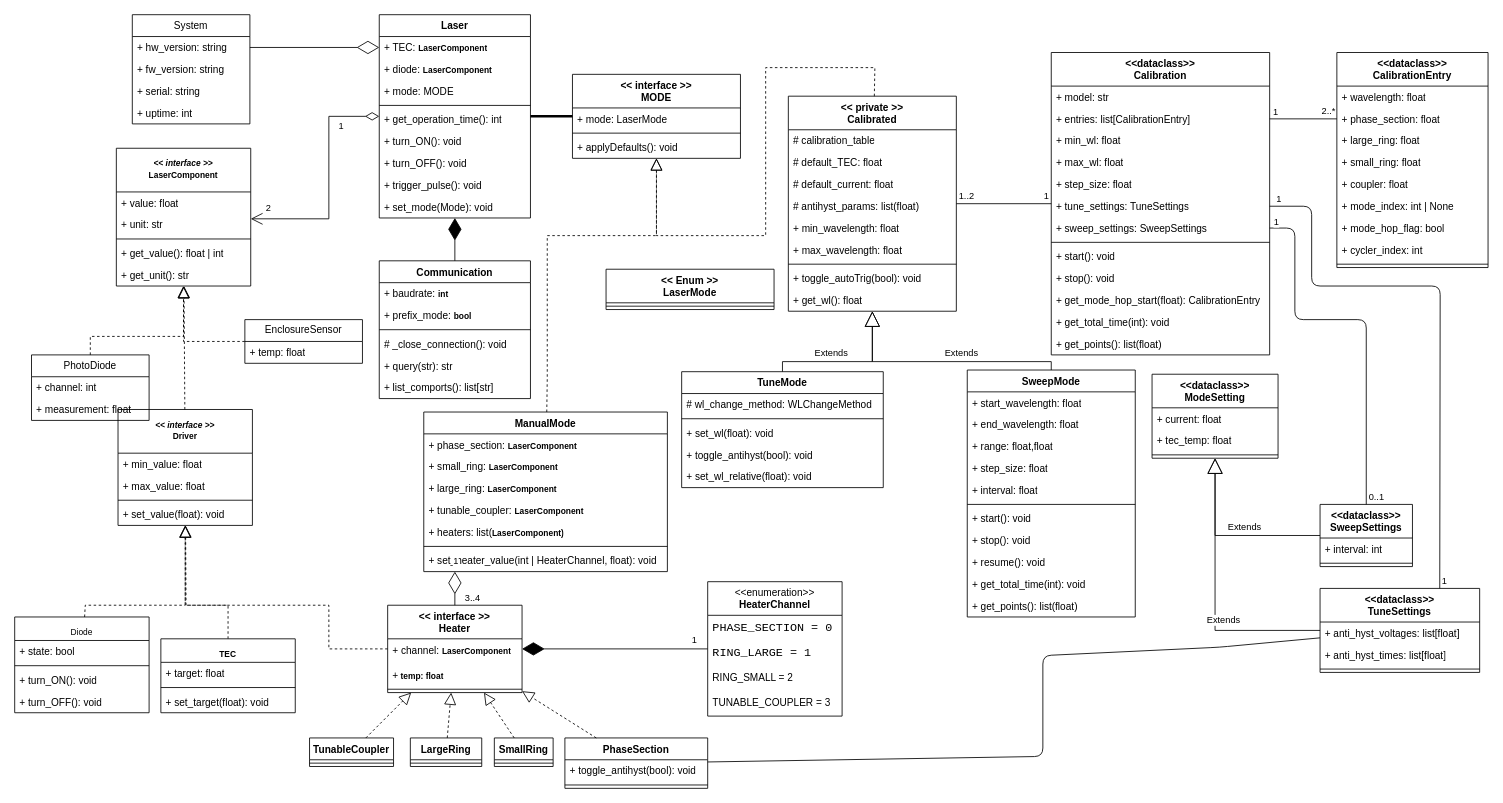
Above: docs/assets/diagrams/Class_diagram.drawio in ChilasLasers/PyChilasLasers (draw.io), before the change. Source tidied: cells renumbered, new cells numbered last; positions are measured from the earlier drawing's top-left corner, leaving out a move shared by most shapes. Both pictures are drawn from the tidied source at 84%, with x=0, y=0 at pixel (14, 14).
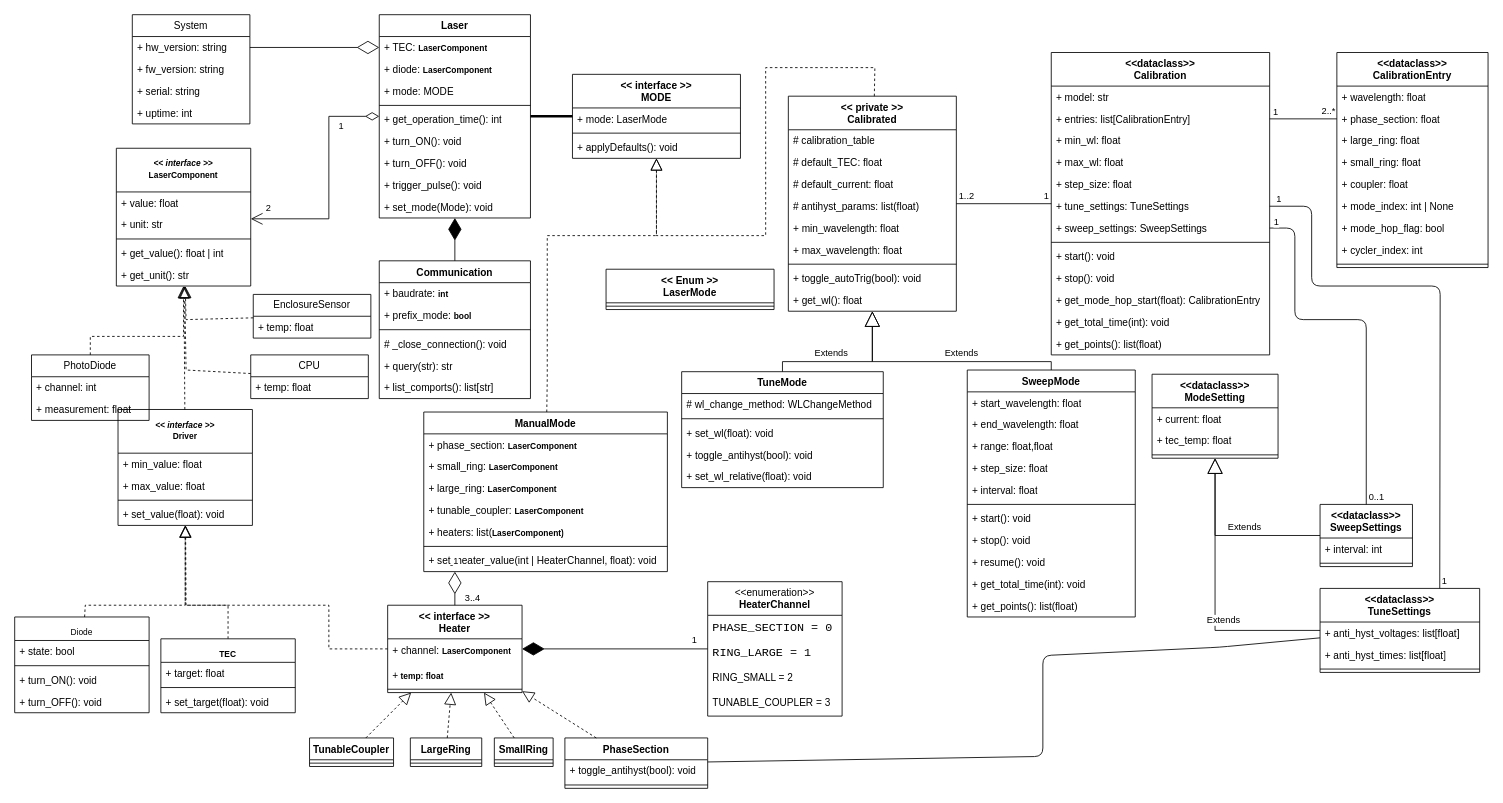
After the change.

The change refers to these unchanged cells:
```xml
<mxCell id="54" value="&lt;p style=&quot;margin:0px;margin-top:4px;text-align:center;&quot;&gt;&lt;font style=&quot;font-size: 10px;&quot;&gt;&lt;i&gt;&amp;lt;&amp;lt; interface &amp;gt;&amp;gt;&lt;/i&gt;&lt;br&gt;LaserComponent&lt;/font&gt;&lt;/p&gt;" style="swimlane;fontStyle=1;align=center;verticalAlign=top;horizontal=1;startSize=52;whiteSpace=wrap;html=1;" parent="1" vertex="1">
  <mxGeometry x="121" y="159" width="160" height="164" as="geometry" />
</mxCell>
```

Change to the diagram source:
```diff
@@
     <mxCell id="175" value="EnclosureSensor" style="swimlane;fontStyle=0;horizontal=1;startSize=26;fillColor=none;whiteSpace=wrap;html=1;" parent="1" vertex="1">
-      <mxGeometry x="274" y="363" width="140" height="52" as="geometry" />
+      <mxGeometry x="284" y="333" width="140" height="52" as="geometry" />
     </mxCell>
@@
     <mxCell id="181" style="endArrow=block;dashed=1;endFill=0;endSize=12;html=1;rounded=0;" parent="1" edge="1" source="175" target="54">
       <mxGeometry relative="1" as="geometry">
         <Array as="points">
-          <mxPoint x="201" y="389" />
+          <mxPoint x="204" y="363" />
         </Array>
       </mxGeometry>
     </mxCell>
@@
+    <mxCell id="183" value="CPU" style="swimlane;fontStyle=0;horizontal=1;startSize=26;fillColor=none;whiteSpace=wrap;html=1;" parent="1" vertex="1">
+      <mxGeometry x="281" y="405" width="140" height="52" as="geometry" />
+    </mxCell>
+    <mxCell id="184" value="+ temp: float" style="text;strokeColor=none;fillColor=none;align=left;verticalAlign=top;spacingLeft=4;spacingRight=4;overflow=hidden;whiteSpace=wrap;html=1;" parent="183" vertex="1">
+      <mxGeometry y="26" width="140" height="26" as="geometry" />
+    </mxCell>
+    <mxCell id="185" style="endArrow=block;dashed=1;endFill=0;endSize=12;html=1;rounded=0;" parent="1" edge="1" source="183" target="54">
+      <mxGeometry relative="1" as="geometry">
+        <Array as="points">
+          <mxPoint x="204" y="423" />
+        </Array>
+      </mxGeometry>
+    </mxCell>
```
